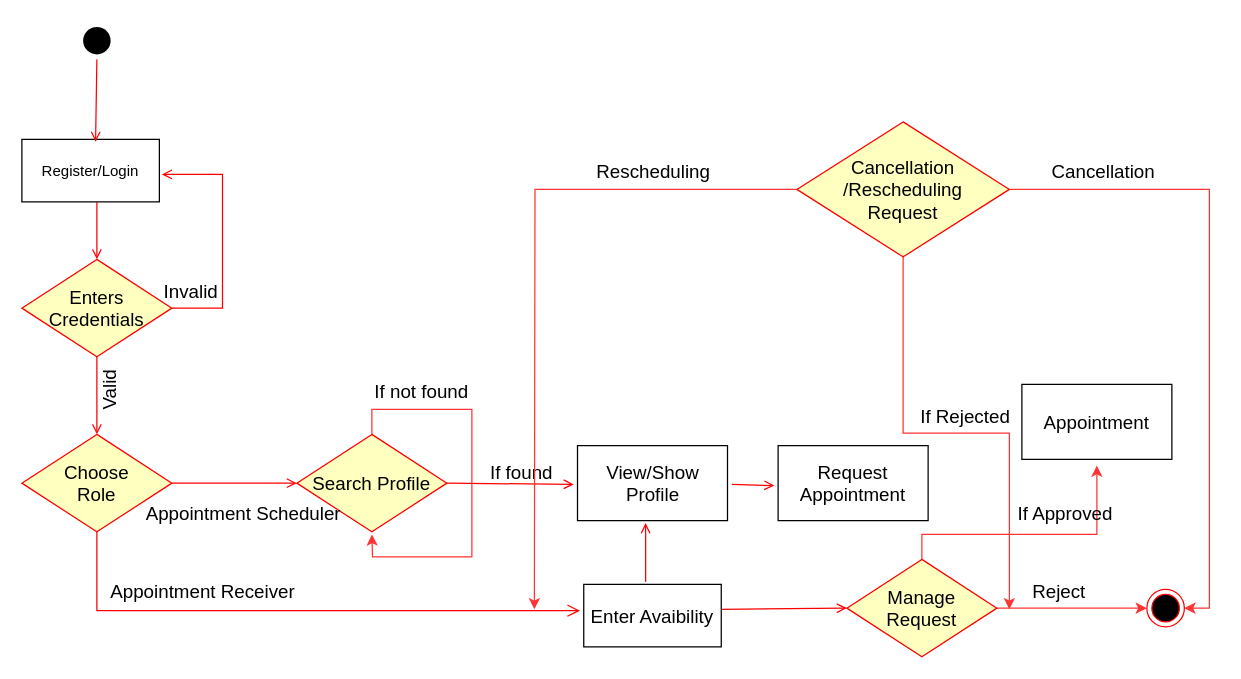
Earlier version of the draw.io diagram ActivityDiagram v1.drawio (Yash7200/CP-1). Source tidied: cells renumbered, new cells numbered last; positions are measured from the earlier drawing's top-left corner, leaving out a move shared by most shapes. Both pictures are drawn from the tidied source at 125%, with x=0, y=0 at pixel (-11, 21).
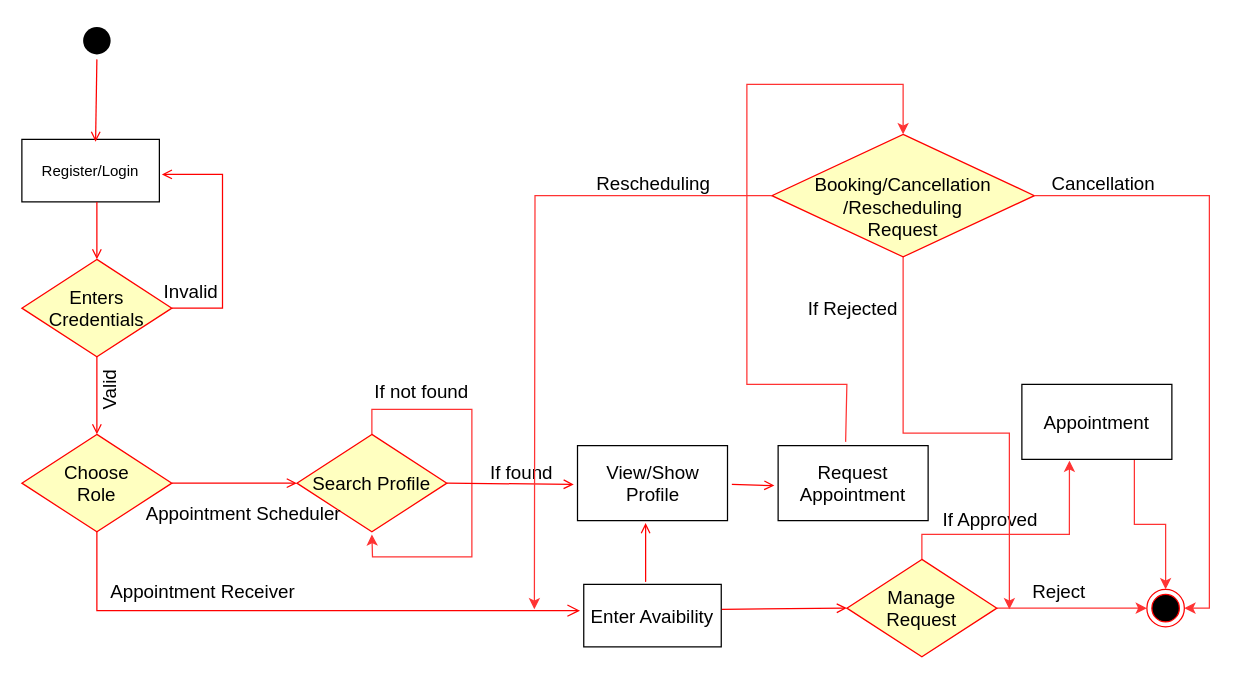
After the change.

The change refers to these unchanged cells:
```xml
<mxCell id="21" value="Request Appointment" style="whiteSpace=wrap;html=1;fontSize=15;fillColor=#FFFFFF;strokeColor=#000000;fontColor=rgb(0, 0, 0);" parent="1" vertex="1">
  <mxGeometry x="631" y="339" width="120" height="60" as="geometry" />
</mxCell>
<mxCell id="28" value="&lt;div&gt;Manage&lt;/div&gt;&lt;div&gt;Request&lt;/div&gt;" style="rhombus;whiteSpace=wrap;html=1;fillColor=#ffffc0;strokeColor=#ff0000;fontSize=15;" parent="1" vertex="1">
  <mxGeometry x="686" y="430" width="120" height="78" as="geometry" />
</mxCell>
<mxCell id="30" style="ellipse;html=1;shape=endState;fillColor=#000000;strokeColor=#ff0000;fontSize=15;" parent="1" vertex="1">
  <mxGeometry x="926" y="454" width="30" height="30" as="geometry" />
</mxCell>
<mxCell id="32" value="Appointment" style="whiteSpace=wrap;html=1;fontSize=15;fillColor=#FFFFFF;strokeColor=#000000;fontColor=rgb(0, 0, 0);" parent="1" vertex="1">
  <mxGeometry x="826" y="290" width="120" height="60" as="geometry" />
</mxCell>
```

The edit, as a diff of the source:
```diff
@@
-    <mxCell id="27" style="edgeStyle=orthogonalEdgeStyle;rounded=0;jettySize=auto;html=1;exitX=0.5;exitY=0;exitDx=0;exitDy=0;strokeColor=#FF3333;fontSize=15;entryX=0.5;entryY=1.083;entryDx=0;entryDy=0;entryPerimeter=0;" parent="1" edge="1" source="28" target="32">
+    <mxCell id="27" style="edgeStyle=orthogonalEdgeStyle;rounded=0;jettySize=auto;html=1;exitX=0.5;exitY=0;exitDx=0;exitDy=0;strokeColor=#FF3333;fontSize=15;entryX=0.317;entryY=1.017;entryDx=0;entryDy=0;entryPerimeter=0;" parent="1" edge="1" source="28" target="32">
       <mxGeometry relative="1" as="geometry">
         <Array as="points">
           <mxPoint x="746" y="410" />
-          <mxPoint x="886" y="410" />
+          <mxPoint x="864" y="410" />
         </Array>
       </mxGeometry>
     </mxCell>
@@
+    <mxCell id="41" style="edgeStyle=orthogonalEdgeStyle;rounded=0;jettySize=auto;html=1;strokeColor=#FF3333;entryX=0.5;entryY=0;entryDx=0;entryDy=0;exitX=0.75;exitY=1;exitDx=0;exitDy=0;" parent="1" edge="1" source="32" target="30">
+      <mxGeometry relative="1" as="geometry" />
+    </mxCell>
@@
     <mxCell id="33" value="If Approved" style="text;html=1;strokeColor=none;fillColor=none;align=center;verticalAlign=middle;whiteSpace=wrap;rounded=0;fontSize=15;" parent="1" vertex="1">
-      <mxGeometry x="816" y="378" width="90" height="30" as="geometry" />
+      <mxGeometry x="756" y="383" width="90" height="30" as="geometry" />
     </mxCell>
@@
-    <mxCell id="35" value="&lt;div&gt;Cancellation&lt;/div&gt;&lt;div&gt;/Rescheduling&lt;/div&gt;&lt;div&gt;Request&lt;br&gt;&lt;/div&gt;" style="rhombus;whiteSpace=wrap;html=1;fillColor=#ffffc0;strokeColor=#ff0000;fontSize=15;" parent="1" vertex="1">
-      <mxGeometry x="646" y="80" width="170" height="108" as="geometry" />
+    <mxCell id="35" value="&lt;div&gt;&lt;br&gt;&lt;/div&gt;&lt;div&gt;Booking/Cancellation&lt;/div&gt;&lt;div&gt;/Rescheduling&lt;/div&gt;&lt;div&gt;Request&lt;br&gt;&lt;/div&gt;" style="rhombus;whiteSpace=wrap;html=1;fillColor=#ffffc0;strokeColor=#ff0000;fontSize=15;" parent="1" vertex="1">
+      <mxGeometry x="626" y="90" width="210" height="98" as="geometry" />
     </mxCell>
     <mxCell id="36" value="If Rejected" style="text;html=1;strokeColor=none;fillColor=none;align=center;verticalAlign=middle;whiteSpace=wrap;rounded=0;fontSize=15;" parent="1" vertex="1">
-      <mxGeometry x="736" y="300" width="90" height="30" as="geometry" />
+      <mxGeometry x="646" y="214" width="90" height="30" as="geometry" />
     </mxCell>
@@
     <mxCell id="38" value="Rescheduling" style="text;html=1;align=center;verticalAlign=middle;strokeColor=none;fillColor=none;fontSize=15;" parent="1" vertex="1">
-      <mxGeometry x="475.5" y="104" width="110" height="30" as="geometry" />
+      <mxGeometry x="475.5" y="114" width="110" height="30" as="geometry" />
     </mxCell>
@@
     <mxCell id="40" value="Cancellation" style="text;html=1;align=center;verticalAlign=middle;strokeColor=none;fillColor=none;fontSize=15;" parent="1" vertex="1">
-      <mxGeometry x="836" y="104" width="110" height="30" as="geometry" />
+      <mxGeometry x="836" y="114" width="110" height="30" as="geometry" />
     </mxCell>
+    <mxCell id="42" style="endArrow=classic;html=1;rounded=0;strokeColor=#FF3333;exitX=0.45;exitY=-0.05;exitDx=0;exitDy=0;entryX=0.5;entryY=0;entryDx=0;entryDy=0;exitPerimeter=0;" parent="1" edge="1" source="21" target="35">
+      <mxGeometry relative="1" as="geometry">
+        <Array as="points">
+          <mxPoint x="686" y="290" />
+          <mxPoint x="606" y="290" />
+          <mxPoint x="606" y="50" />
+          <mxPoint x="731" y="50" />
+        </Array>
+      </mxGeometry>
+    </mxCell>
```
